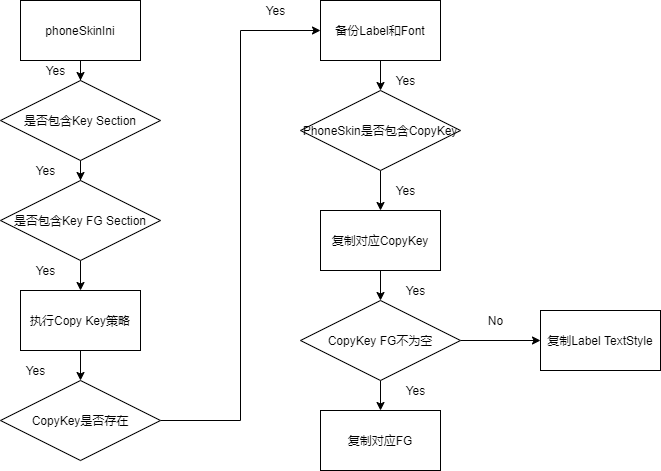
Earlier version of the draw.io export input/Copy_Key_Rectory.png (chonglv/charts). Source tidied: cells renumbered, new cells last; positions are measured from the earlier drawing's top-left corner, leaving out a move shared by most shapes.
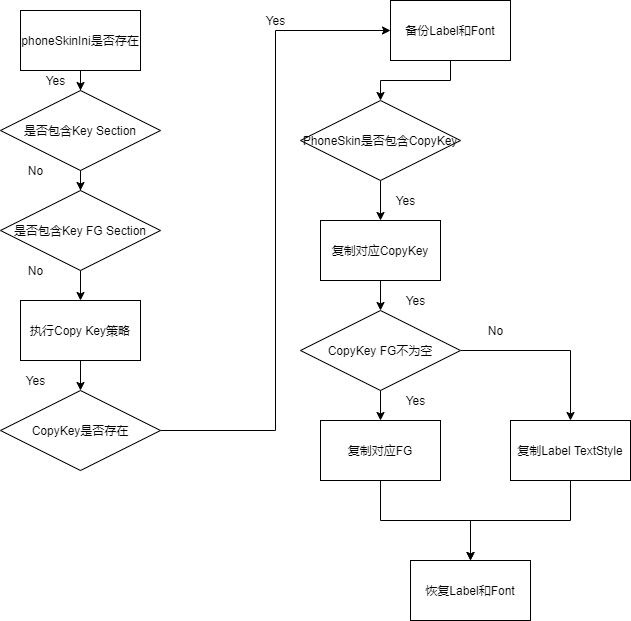
The same file after the commit.

Change to the diagram source:
```diff
@@ -5,7 +5,7 @@
     <mxCell id="2" style="edgeStyle=orthogonalEdgeStyle;rounded=0;jettySize=auto;html=1;" parent="1" edge="1" source="3" target="5">
       <mxGeometry relative="1" as="geometry" />
     </mxCell>
-    <mxCell id="3" value="phoneSkinIni" style="rounded=0;whiteSpace=wrap;html=1;" parent="1" vertex="1">
+    <mxCell id="3" value="phoneSkinIni是否存在" style="rounded=0;whiteSpace=wrap;html=1;" parent="1" vertex="1">
       <mxGeometry x="20" width="120" height="60" as="geometry" />
     </mxCell>
     <mxCell id="4" style="edgeStyle=orthogonalEdgeStyle;rounded=0;jettySize=auto;html=1;" parent="1" edge="1" source="5" target="7">
@@ -42,7 +42,7 @@
       <mxGeometry relative="1" as="geometry" />
     </mxCell>
     <mxCell id="15" value="备份Label和Font" style="rounded=0;whiteSpace=wrap;html=1;" parent="1" vertex="1">
-      <mxGeometry x="320" width="120" height="60" as="geometry" />
+      <mxGeometry x="390" y="-10" width="120" height="60" as="geometry" />
     </mxCell>
     <mxCell id="16" style="edgeStyle=orthogonalEdgeStyle;rounded=0;jettySize=auto;html=1;" parent="1" edge="1" source="17" target="20">
       <mxGeometry relative="1" as="geometry" />
@@ -59,30 +59,27 @@
     <mxCell id="20" value="CopyKey FG不为空" style="rhombus;whiteSpace=wrap;html=1;" parent="1" vertex="1">
       <mxGeometry x="300" y="300" width="160" height="80" as="geometry" />
     </mxCell>
+    <mxCell id="33" style="edgeStyle=orthogonalEdgeStyle;rounded=0;jettySize=auto;html=1;entryX=0.5;entryY=0;entryDx=0;entryDy=0;" parent="1" edge="1" source="21" target="37">
+      <mxGeometry relative="1" as="geometry" />
+    </mxCell>
     <mxCell id="21" value="复制对应FG" style="rounded=0;whiteSpace=wrap;html=1;" parent="1" vertex="1">
       <mxGeometry x="320" y="410" width="120" height="60" as="geometry" />
     </mxCell>
+    <mxCell id="34" style="edgeStyle=orthogonalEdgeStyle;rounded=0;jettySize=auto;html=1;entryX=0.5;entryY=0;entryDx=0;entryDy=0;" parent="1" edge="1" source="22" target="37">
+      <mxGeometry relative="1" as="geometry" />
+    </mxCell>
     <mxCell id="22" value="复制Label TextStyle" style="rounded=0;whiteSpace=wrap;html=1;" parent="1" vertex="1">
-      <mxGeometry x="540" y="310" width="120" height="60" as="geometry" />
+      <mxGeometry x="510" y="410" width="120" height="60" as="geometry" />
     </mxCell>
     <mxCell id="23" value="Yes" style="text;html=1;align=center;verticalAlign=middle;" parent="1" vertex="1">
       <mxGeometry x="40" y="60" width="30" height="20" as="geometry" />
     </mxCell>
-    <mxCell id="24" value="Yes" style="text;html=1;align=center;verticalAlign=middle;" parent="1" vertex="1">
-      <mxGeometry x="30" y="160" width="30" height="20" as="geometry" />
-    </mxCell>
-    <mxCell id="25" value="Yes" style="text;html=1;align=center;verticalAlign=middle;" parent="1" vertex="1">
-      <mxGeometry x="30" y="260" width="30" height="20" as="geometry" />
-    </mxCell>
     <mxCell id="26" value="Yes" style="text;html=1;align=center;verticalAlign=middle;" parent="1" vertex="1">
       <mxGeometry x="20" y="360" width="30" height="20" as="geometry" />
     </mxCell>
     <mxCell id="27" value="Yes" style="text;html=1;align=center;verticalAlign=middle;" parent="1" vertex="1">
       <mxGeometry x="260" width="30" height="20" as="geometry" />
     </mxCell>
-    <mxCell id="28" value="Yes" style="text;html=1;align=center;verticalAlign=middle;" parent="1" vertex="1">
-      <mxGeometry x="390" y="70" width="30" height="20" as="geometry" />
-    </mxCell>
     <mxCell id="29" value="Yes" style="text;html=1;align=center;verticalAlign=middle;" parent="1" vertex="1">
       <mxGeometry x="390" y="180" width="30" height="20" as="geometry" />
     </mxCell>
@@ -95,5 +92,14 @@
     <mxCell id="32" value="No" style="text;html=1;align=center;verticalAlign=middle;" parent="1" vertex="1">
       <mxGeometry x="480" y="310" width="30" height="20" as="geometry" />
     </mxCell>
+    <mxCell id="35" value="No" style="text;html=1;align=center;verticalAlign=middle;" parent="1" vertex="1">
+      <mxGeometry x="20" y="150" width="30" height="20" as="geometry" />
+    </mxCell>
+    <mxCell id="36" value="No" style="text;html=1;align=center;verticalAlign=middle;" parent="1" vertex="1">
+      <mxGeometry x="20" y="250" width="30" height="20" as="geometry" />
+    </mxCell>
+    <mxCell id="37" value="恢复Label和Font" style="rounded=0;whiteSpace=wrap;html=1;" parent="1" vertex="1">
+      <mxGeometry x="410" y="550" width="120" height="60" as="geometry" />
+    </mxCell>
   </root>
 </mxGraphModel>
```
